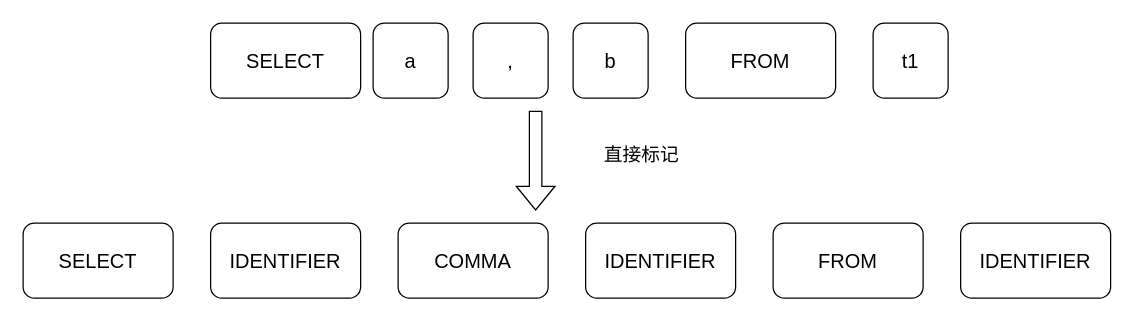
Before: 词法解析.drawio in ChengziMao/picture, a draw.io diagram. Source tidied: cells renumbered, new cells numbered last; positions are measured from the earlier drawing's top-left corner, leaving out a move shared by most shapes. Both pictures are drawn from the tidied source at 125%, with x=0, y=0 at pixel (22, 22).
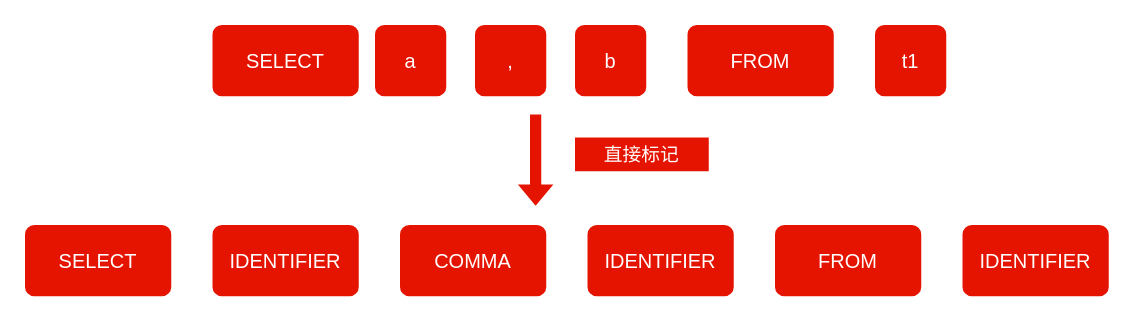
After the change.

Commit message:
更新词法解析.drawio

Change to the diagram source:
```diff
@@
 <mxGraphModel>
   <root>
     <mxCell id="0" />
     <mxCell id="1" parent="0" />
-    <mxCell id="2" value="SELECT" style="rounded=1;whiteSpace=wrap;html=1;fontSize=16;" parent="1" vertex="1">
+    <mxCell id="2" value="SELECT" style="rounded=1;whiteSpace=wrap;html=1;fontSize=16;fillColor=#e51400;fontColor=#ffffff;strokeColor=light-dark(#ffffff, #ededed);strokeWidth=3;" parent="1" vertex="1">
       <mxGeometry x="150" width="120" height="60" as="geometry" />
     </mxCell>
-    <mxCell id="3" value="a" style="rounded=1;whiteSpace=wrap;html=1;fontSize=16;" parent="1" vertex="1">
+    <mxCell id="3" value="a" style="rounded=1;whiteSpace=wrap;html=1;fontSize=16;fillColor=#e51400;fontColor=#ffffff;strokeColor=light-dark(#ffffff, #ededed);strokeWidth=3;" parent="1" vertex="1">
       <mxGeometry x="280" width="60" height="60" as="geometry" />
     </mxCell>
-    <mxCell id="4" value="," style="rounded=1;whiteSpace=wrap;html=1;fontSize=16;" parent="1" vertex="1">
+    <mxCell id="4" value="," style="rounded=1;whiteSpace=wrap;html=1;fontSize=16;fillColor=#e51400;fontColor=#ffffff;strokeColor=light-dark(#ffffff, #ededed);strokeWidth=3;" parent="1" vertex="1">
       <mxGeometry x="360" width="60" height="60" as="geometry" />
     </mxCell>
-    <mxCell id="5" value="b" style="rounded=1;whiteSpace=wrap;html=1;fontSize=16;" parent="1" vertex="1">
+    <mxCell id="5" value="b" style="rounded=1;whiteSpace=wrap;html=1;fontSize=16;fillColor=#e51400;fontColor=#ffffff;strokeColor=light-dark(#ffffff, #ededed);strokeWidth=3;" parent="1" vertex="1">
       <mxGeometry x="440" width="60" height="60" as="geometry" />
     </mxCell>
-    <mxCell id="6" value="FROM" style="rounded=1;whiteSpace=wrap;html=1;fontSize=16;" parent="1" vertex="1">
+    <mxCell id="6" value="FROM" style="rounded=1;whiteSpace=wrap;html=1;fontSize=16;fillColor=#e51400;fontColor=#ffffff;strokeColor=light-dark(#ffffff, #ededed);strokeWidth=3;" parent="1" vertex="1">
       <mxGeometry x="530" width="120" height="60" as="geometry" />
     </mxCell>
-    <mxCell id="7" value="t1" style="rounded=1;whiteSpace=wrap;html=1;fontSize=16;" parent="1" vertex="1">
+    <mxCell id="7" value="t1" style="rounded=1;whiteSpace=wrap;html=1;fontSize=16;fillColor=#e51400;fontColor=#ffffff;strokeColor=light-dark(#ffffff, #ededed);strokeWidth=3;" parent="1" vertex="1">
       <mxGeometry x="680" width="60" height="60" as="geometry" />
     </mxCell>
-    <mxCell id="8" value="SELECT" style="rounded=1;whiteSpace=wrap;html=1;fontSize=16;" parent="1" vertex="1">
+    <mxCell id="8" value="SELECT" style="rounded=1;whiteSpace=wrap;html=1;fontSize=16;fillColor=#e51400;fontColor=#ffffff;strokeColor=light-dark(#ffffff, #ededed);strokeWidth=3;" parent="1" vertex="1">
       <mxGeometry y="160" width="120" height="60" as="geometry" />
     </mxCell>
-    <mxCell id="9" value="IDENTIFIER" style="rounded=1;whiteSpace=wrap;html=1;fontSize=16;" parent="1" vertex="1">
+    <mxCell id="9" value="IDENTIFIER" style="rounded=1;whiteSpace=wrap;html=1;fontSize=16;fillColor=#e51400;fontColor=#ffffff;strokeColor=light-dark(#ffffff, #ededed);strokeWidth=3;" parent="1" vertex="1">
       <mxGeometry x="150" y="160" width="120" height="60" as="geometry" />
     </mxCell>
-    <mxCell id="10" value="COMMA" style="rounded=1;whiteSpace=wrap;html=1;fontSize=16;" parent="1" vertex="1">
+    <mxCell id="10" value="COMMA" style="rounded=1;whiteSpace=wrap;html=1;fontSize=16;fillColor=#e51400;fontColor=#ffffff;strokeColor=light-dark(#ffffff, #ededed);strokeWidth=3;" parent="1" vertex="1">
       <mxGeometry x="300" y="160" width="120" height="60" as="geometry" />
     </mxCell>
-    <mxCell id="11" value="IDENTIFIER" style="rounded=1;whiteSpace=wrap;html=1;fontSize=16;" parent="1" vertex="1">
+    <mxCell id="11" value="IDENTIFIER" style="rounded=1;whiteSpace=wrap;html=1;fontSize=16;fillColor=#e51400;fontColor=#ffffff;strokeColor=light-dark(#ffffff, #ededed);strokeWidth=3;" parent="1" vertex="1">
       <mxGeometry x="450" y="160" width="120" height="60" as="geometry" />
     </mxCell>
-    <mxCell id="12" value="FROM" style="rounded=1;whiteSpace=wrap;html=1;fontSize=16;" parent="1" vertex="1">
+    <mxCell id="12" value="FROM" style="rounded=1;whiteSpace=wrap;html=1;fontSize=16;fillColor=#e51400;fontColor=#ffffff;strokeColor=light-dark(#ffffff, #ededed);strokeWidth=3;" parent="1" vertex="1">
       <mxGeometry x="600" y="160" width="120" height="60" as="geometry" />
     </mxCell>
-    <mxCell id="13" value="IDENTIFIER" style="rounded=1;whiteSpace=wrap;html=1;fontSize=16;" parent="1" vertex="1">
+    <mxCell id="13" value="IDENTIFIER" style="rounded=1;whiteSpace=wrap;html=1;fontSize=16;fillColor=#e51400;fontColor=#ffffff;strokeColor=light-dark(#ffffff, #ededed);strokeWidth=3;" parent="1" vertex="1">
       <mxGeometry x="750" y="160" width="120" height="60" as="geometry" />
     </mxCell>
-    <mxCell id="14" style="endArrow=classic;html=1;rounded=0;shape=flexArrow;fontSize=16;" parent="1" edge="1">
+    <mxCell id="14" style="endArrow=classic;html=1;rounded=0;shape=flexArrow;fontSize=16;fillColor=#e51400;strokeColor=light-dark(#ffffff, #ededed);strokeWidth=3;" parent="1" edge="1">
       <mxGeometry relative="1" as="geometry">
         <mxPoint x="410" y="70" as="sourcePoint" />
         <mxPoint x="410" y="150" as="targetPoint" />
       </mxGeometry>
     </mxCell>
-    <mxCell id="15" value="直接标记" style="text;html=1;whiteSpace=wrap;strokeColor=none;fillColor=none;align=center;verticalAlign=middle;rounded=0;fontSize=15;" parent="1" vertex="1">
+    <mxCell id="15" value="直接标记" style="text;html=1;whiteSpace=wrap;strokeColor=light-dark(#ffffff, #ededed);fillColor=#e51400;align=center;verticalAlign=middle;rounded=0;fontSize=15;fontColor=#ffffff;strokeWidth=3;" parent="1" vertex="1">
       <mxGeometry x="440" y="90" width="110" height="30" as="geometry" />
     </mxCell>
   </root>
 </mxGraphModel>
```
